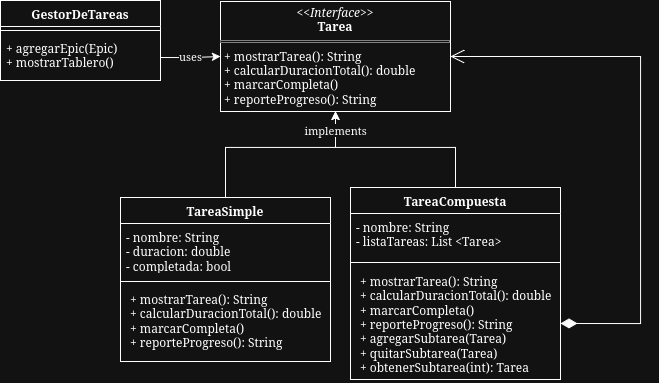
The draw.io diagram src/main/java/com/unluki/conComposite/diagramaComposite.png in mnomico/tp6_composite, before a commit. Source tidied: cells renumbered, new cells last; positions are measured from the earlier drawing's top-left corner, leaving out a move shared by most shapes. Its diagram source:
```xml
<mxGraphModel>
  <root>
    <mxCell id="0" />
    <mxCell id="1" parent="0" />
    <mxCell id="2" value="GestorDeTareas" style="swimlane;fontStyle=1;align=center;verticalAlign=top;horizontal=1;startSize=26;whiteSpace=wrap;html=1;" parent="1" vertex="1">
      <mxGeometry width="160" height="80" as="geometry" />
    </mxCell>
    <mxCell id="3" style="line;strokeWidth=1;fillColor=none;align=left;verticalAlign=middle;spacingTop=-1;spacingLeft=3;spacingRight=3;labelPosition=right;strokeColor=inherit;" parent="2" vertex="1">
      <mxGeometry y="26" width="160" height="8" as="geometry" />
    </mxCell>
    <mxCell id="4" value="&lt;div&gt;+ agregarEpic(Epic)&lt;/div&gt;&lt;div&gt;+ mostrarTablero()&lt;/div&gt;" style="text;strokeColor=none;fillColor=none;align=left;verticalAlign=top;spacingLeft=4;spacingRight=4;overflow=hidden;points=[[0,0.5],[1,0.5]];portConstraint=eastwest;whiteSpace=wrap;html=1;" parent="2" vertex="1">
      <mxGeometry y="34" width="160" height="46" as="geometry" />
    </mxCell>
    <mxCell id="5" value="&lt;p style=&quot;margin:0px;margin-top:4px;text-align:center;&quot;&gt;&lt;i&gt;&amp;lt;&amp;lt;Interface&amp;gt;&amp;gt;&lt;/i&gt;&lt;br&gt;&lt;b&gt;Tarea&lt;/b&gt;&lt;/p&gt;&lt;hr size=&quot;1&quot; style=&quot;border-style:solid;&quot;&gt;&lt;p style=&quot;margin:0px;margin-left:4px;&quot;&gt;+ mostrarTarea(): String&lt;br&gt;+ calcularDuracionTotal(): double&lt;/p&gt;&lt;p style=&quot;margin:0px;margin-left:4px;&quot;&gt;+ marcarCompleta()&lt;/p&gt;&lt;p style=&quot;margin:0px;margin-left:4px;&quot;&gt;+ reporteProgreso(): String&lt;/p&gt;" style="verticalAlign=top;align=left;overflow=fill;html=1;whiteSpace=wrap;" parent="1" vertex="1">
      <mxGeometry x="220" y="1" width="230" height="110" as="geometry" />
    </mxCell>
    <mxCell id="6" style="edgeStyle=orthogonalEdgeStyle;rounded=0;jettySize=auto;html=1;entryX=0.5;entryY=1;entryDx=0;entryDy=0;" parent="1" edge="1" source="7" target="5">
      <mxGeometry relative="1" as="geometry">
        <Array as="points">
          <mxPoint x="225" y="147" />
          <mxPoint x="335" y="147" />
        </Array>
      </mxGeometry>
    </mxCell>
    <mxCell id="7" value="TareaSimple" style="swimlane;fontStyle=1;align=center;verticalAlign=top;horizontal=1;startSize=26;whiteSpace=wrap;html=1;" parent="1" vertex="1">
      <mxGeometry x="120" y="197" width="210" height="164" as="geometry" />
    </mxCell>
    <mxCell id="8" value="&lt;div&gt;- nombre: String&lt;/div&gt;&lt;div&gt;- duracion: double&lt;/div&gt;&lt;div&gt;- completada: bool&lt;/div&gt;" style="text;strokeColor=none;fillColor=none;align=left;verticalAlign=top;spacingLeft=4;spacingRight=4;overflow=hidden;whiteSpace=wrap;html=1;" parent="7" vertex="1">
      <mxGeometry y="26" width="210" height="54" as="geometry" />
    </mxCell>
    <mxCell id="9" style="line;strokeWidth=1;fillColor=none;align=left;verticalAlign=middle;spacingTop=-1;spacingLeft=3;spacingRight=3;labelPosition=right;strokeColor=inherit;" parent="7" vertex="1">
      <mxGeometry y="80" width="210" height="8" as="geometry" />
    </mxCell>
    <mxCell id="10" value="&lt;p style=&quot;margin:0px;margin-left:4px;&quot;&gt;+ mostrarTarea(): String&lt;br&gt;+ calcularDuracionTotal(): double&lt;/p&gt;&lt;p style=&quot;margin:0px;margin-left:4px;&quot;&gt;+ marcarCompleta()&lt;/p&gt;&lt;p style=&quot;margin:0px;margin-left:4px;&quot;&gt;+ reporteProgreso(): String&lt;/p&gt;" style="text;strokeColor=none;fillColor=none;align=left;verticalAlign=top;spacingLeft=4;spacingRight=4;overflow=hidden;whiteSpace=wrap;html=1;" parent="7" vertex="1">
      <mxGeometry y="88" width="210" height="76" as="geometry" />
    </mxCell>
    <mxCell id="11" style="edgeStyle=orthogonalEdgeStyle;rounded=0;jettySize=auto;html=1;entryX=0.5;entryY=1;entryDx=0;entryDy=0;" parent="1" edge="1" source="13" target="5">
      <mxGeometry relative="1" as="geometry">
        <Array as="points">
          <mxPoint x="455" y="147" />
          <mxPoint x="335" y="147" />
        </Array>
      </mxGeometry>
    </mxCell>
    <mxCell id="12" value="implements" style="edgeLabel;html=1;align=center;verticalAlign=middle;" parent="11" vertex="1">
      <mxGeometry x="0.82" y="1" relative="1" as="geometry" />
    </mxCell>
    <mxCell id="13" value="TareaCompuesta" style="swimlane;fontStyle=1;align=center;verticalAlign=top;horizontal=1;startSize=26;whiteSpace=wrap;html=1;" parent="1" vertex="1">
      <mxGeometry x="350" y="187" width="210" height="192" as="geometry" />
    </mxCell>
    <mxCell id="14" value="&lt;div&gt;- nombre: String&lt;/div&gt;&lt;div&gt;- listaTareas: List &amp;lt;Tarea&amp;gt;&lt;/div&gt;" style="text;strokeColor=none;fillColor=none;align=left;verticalAlign=top;spacingLeft=4;spacingRight=4;overflow=hidden;whiteSpace=wrap;html=1;" parent="13" vertex="1">
      <mxGeometry y="26" width="210" height="44" as="geometry" />
    </mxCell>
    <mxCell id="15" style="line;strokeWidth=1;fillColor=none;align=left;verticalAlign=middle;spacingTop=-1;spacingLeft=3;spacingRight=3;labelPosition=right;strokeColor=inherit;" parent="13" vertex="1">
      <mxGeometry y="70" width="210" height="10" as="geometry" />
    </mxCell>
    <mxCell id="16" value="&lt;p style=&quot;margin:0px;margin-left:4px;&quot;&gt;+ mostrarTarea(): String&lt;br&gt;+ calcularDuracionTotal(): double&lt;/p&gt;&lt;p style=&quot;margin:0px;margin-left:4px;&quot;&gt;+ marcarCompleta()&lt;/p&gt;&lt;p style=&quot;margin:0px;margin-left:4px;&quot;&gt;+ reporteProgreso(): String&lt;/p&gt;&lt;p style=&quot;margin:0px;margin-left:4px;&quot;&gt;+ agregarSubtarea(Tarea)&lt;/p&gt;&lt;p style=&quot;margin:0px;margin-left:4px;&quot;&gt;+ quitarSubtarea(Tarea)&lt;/p&gt;&lt;p style=&quot;margin:0px;margin-left:4px;&quot;&gt;+ obtenerSubtarea(int): Tarea&lt;/p&gt;" style="text;strokeColor=none;fillColor=none;align=left;verticalAlign=top;spacingLeft=4;spacingRight=4;overflow=hidden;points=[[0,0.5],[1,0.5]];portConstraint=eastwest;whiteSpace=wrap;html=1;" parent="13" vertex="1">
      <mxGeometry y="80" width="210" height="112" as="geometry" />
    </mxCell>
    <mxCell id="17" style="edgeStyle=orthogonalEdgeStyle;rounded=0;jettySize=auto;html=1;entryX=0;entryY=0.5;entryDx=0;entryDy=0;exitX=1;exitY=0.5;exitDx=0;exitDy=0;" parent="1" edge="1" source="4" target="5">
      <mxGeometry relative="1" as="geometry" />
    </mxCell>
    <mxCell id="18" value="uses" style="edgeLabel;html=1;align=center;verticalAlign=middle;" parent="17" vertex="1">
      <mxGeometry x="-0.04" relative="1" as="geometry">
        <mxPoint y="-2" as="offset" />
      </mxGeometry>
    </mxCell>
    <mxCell id="19" style="endArrow=open;html=1;endSize=12;startArrow=diamondThin;startSize=14;startFill=1;edgeStyle=orthogonalEdgeStyle;align=left;verticalAlign=bottom;rounded=0;exitX=1;exitY=0.5;exitDx=0;exitDy=0;entryX=1;entryY=0.5;entryDx=0;entryDy=0;" parent="1" edge="1" source="16" target="5">
      <mxGeometry x="-1" y="3" relative="1" as="geometry">
        <Array as="points">
          <mxPoint x="640" y="323" />
          <mxPoint x="640" y="56" />
        </Array>
      </mxGeometry>
    </mxCell>
  </root>
</mxGraphModel>
```
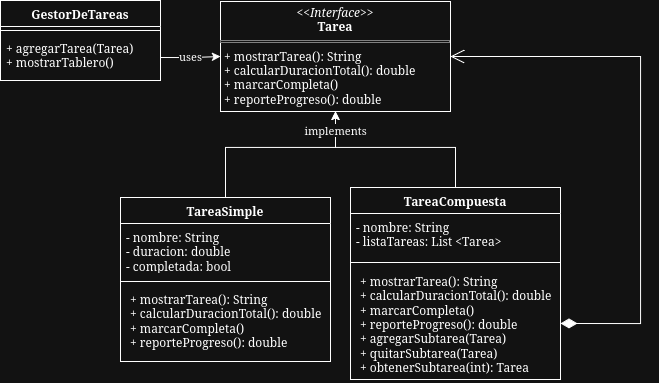
After the commit.

Change to the diagram source:
```diff
@@ -8,10 +8,10 @@
     <mxCell id="3" style="line;strokeWidth=1;fillColor=none;align=left;verticalAlign=middle;spacingTop=-1;spacingLeft=3;spacingRight=3;labelPosition=right;strokeColor=inherit;" parent="2" vertex="1">
       <mxGeometry y="26" width="160" height="8" as="geometry" />
     </mxCell>
-    <mxCell id="4" value="&lt;div&gt;+ agregarEpic(Epic)&lt;/div&gt;&lt;div&gt;+ mostrarTablero()&lt;/div&gt;" style="text;strokeColor=none;fillColor=none;align=left;verticalAlign=top;spacingLeft=4;spacingRight=4;overflow=hidden;points=[[0,0.5],[1,0.5]];portConstraint=eastwest;whiteSpace=wrap;html=1;" parent="2" vertex="1">
+    <mxCell id="4" value="&lt;div&gt;+ agregarTarea(Tarea)&lt;/div&gt;&lt;div&gt;+ mostrarTablero()&lt;/div&gt;" style="text;strokeColor=none;fillColor=none;align=left;verticalAlign=top;spacingLeft=4;spacingRight=4;overflow=hidden;points=[[0,0.5],[1,0.5]];portConstraint=eastwest;whiteSpace=wrap;html=1;" parent="2" vertex="1">
       <mxGeometry y="34" width="160" height="46" as="geometry" />
     </mxCell>
-    <mxCell id="5" value="&lt;p style=&quot;margin:0px;margin-top:4px;text-align:center;&quot;&gt;&lt;i&gt;&amp;lt;&amp;lt;Interface&amp;gt;&amp;gt;&lt;/i&gt;&lt;br&gt;&lt;b&gt;Tarea&lt;/b&gt;&lt;/p&gt;&lt;hr size=&quot;1&quot; style=&quot;border-style:solid;&quot;&gt;&lt;p style=&quot;margin:0px;margin-left:4px;&quot;&gt;+ mostrarTarea(): String&lt;br&gt;+ calcularDuracionTotal(): double&lt;/p&gt;&lt;p style=&quot;margin:0px;margin-left:4px;&quot;&gt;+ marcarCompleta()&lt;/p&gt;&lt;p style=&quot;margin:0px;margin-left:4px;&quot;&gt;+ reporteProgreso(): String&lt;/p&gt;" style="verticalAlign=top;align=left;overflow=fill;html=1;whiteSpace=wrap;" parent="1" vertex="1">
+    <mxCell id="5" value="&lt;p style=&quot;margin:0px;margin-top:4px;text-align:center;&quot;&gt;&lt;i&gt;&amp;lt;&amp;lt;Interface&amp;gt;&amp;gt;&lt;/i&gt;&lt;br&gt;&lt;b&gt;Tarea&lt;/b&gt;&lt;/p&gt;&lt;hr size=&quot;1&quot; style=&quot;border-style:solid;&quot;&gt;&lt;p style=&quot;margin:0px;margin-left:4px;&quot;&gt;+ mostrarTarea(): String&lt;br&gt;+ calcularDuracionTotal(): double&lt;/p&gt;&lt;p style=&quot;margin:0px;margin-left:4px;&quot;&gt;+ marcarCompleta()&lt;/p&gt;&lt;p style=&quot;margin:0px;margin-left:4px;&quot;&gt;+ reporteProgreso(): double&amp;nbsp;&lt;/p&gt;" style="verticalAlign=top;align=left;overflow=fill;html=1;whiteSpace=wrap;" parent="1" vertex="1">
       <mxGeometry x="220" y="1" width="230" height="110" as="geometry" />
     </mxCell>
     <mxCell id="6" style="edgeStyle=orthogonalEdgeStyle;rounded=0;jettySize=auto;html=1;entryX=0.5;entryY=1;entryDx=0;entryDy=0;" parent="1" edge="1" source="7" target="5">
@@ -31,7 +31,7 @@
     <mxCell id="9" style="line;strokeWidth=1;fillColor=none;align=left;verticalAlign=middle;spacingTop=-1;spacingLeft=3;spacingRight=3;labelPosition=right;strokeColor=inherit;" parent="7" vertex="1">
       <mxGeometry y="80" width="210" height="8" as="geometry" />
     </mxCell>
-    <mxCell id="10" value="&lt;p style=&quot;margin:0px;margin-left:4px;&quot;&gt;+ mostrarTarea(): String&lt;br&gt;+ calcularDuracionTotal(): double&lt;/p&gt;&lt;p style=&quot;margin:0px;margin-left:4px;&quot;&gt;+ marcarCompleta()&lt;/p&gt;&lt;p style=&quot;margin:0px;margin-left:4px;&quot;&gt;+ reporteProgreso(): String&lt;/p&gt;" style="text;strokeColor=none;fillColor=none;align=left;verticalAlign=top;spacingLeft=4;spacingRight=4;overflow=hidden;whiteSpace=wrap;html=1;" parent="7" vertex="1">
+    <mxCell id="10" value="&lt;p style=&quot;margin:0px;margin-left:4px;&quot;&gt;+ mostrarTarea(): String&lt;br&gt;+ calcularDuracionTotal(): double&lt;/p&gt;&lt;p style=&quot;margin:0px;margin-left:4px;&quot;&gt;+ marcarCompleta()&lt;/p&gt;&lt;p style=&quot;margin:0px;margin-left:4px;&quot;&gt;+ reporteProgreso(): double&lt;/p&gt;" style="text;strokeColor=none;fillColor=none;align=left;verticalAlign=top;spacingLeft=4;spacingRight=4;overflow=hidden;whiteSpace=wrap;html=1;" parent="7" vertex="1">
       <mxGeometry y="88" width="210" height="76" as="geometry" />
     </mxCell>
     <mxCell id="11" style="edgeStyle=orthogonalEdgeStyle;rounded=0;jettySize=auto;html=1;entryX=0.5;entryY=1;entryDx=0;entryDy=0;" parent="1" edge="1" source="13" target="5">
@@ -54,7 +54,7 @@
     <mxCell id="15" style="line;strokeWidth=1;fillColor=none;align=left;verticalAlign=middle;spacingTop=-1;spacingLeft=3;spacingRight=3;labelPosition=right;strokeColor=inherit;" parent="13" vertex="1">
       <mxGeometry y="70" width="210" height="10" as="geometry" />
     </mxCell>
-    <mxCell id="16" value="&lt;p style=&quot;margin:0px;margin-left:4px;&quot;&gt;+ mostrarTarea(): String&lt;br&gt;+ calcularDuracionTotal(): double&lt;/p&gt;&lt;p style=&quot;margin:0px;margin-left:4px;&quot;&gt;+ marcarCompleta()&lt;/p&gt;&lt;p style=&quot;margin:0px;margin-left:4px;&quot;&gt;+ reporteProgreso(): String&lt;/p&gt;&lt;p style=&quot;margin:0px;margin-left:4px;&quot;&gt;+ agregarSubtarea(Tarea)&lt;/p&gt;&lt;p style=&quot;margin:0px;margin-left:4px;&quot;&gt;+ quitarSubtarea(Tarea)&lt;/p&gt;&lt;p style=&quot;margin:0px;margin-left:4px;&quot;&gt;+ obtenerSubtarea(int): Tarea&lt;/p&gt;" style="text;strokeColor=none;fillColor=none;align=left;verticalAlign=top;spacingLeft=4;spacingRight=4;overflow=hidden;points=[[0,0.5],[1,0.5]];portConstraint=eastwest;whiteSpace=wrap;html=1;" parent="13" vertex="1">
+    <mxCell id="16" value="&lt;p style=&quot;margin:0px;margin-left:4px;&quot;&gt;+ mostrarTarea(): String&lt;br&gt;+ calcularDuracionTotal(): double&lt;/p&gt;&lt;p style=&quot;margin:0px;margin-left:4px;&quot;&gt;+ marcarCompleta()&lt;/p&gt;&lt;p style=&quot;margin:0px;margin-left:4px;&quot;&gt;+ reporteProgreso(): double&lt;/p&gt;&lt;p style=&quot;margin:0px;margin-left:4px;&quot;&gt;+ agregarSubtarea(Tarea)&lt;/p&gt;&lt;p style=&quot;margin:0px;margin-left:4px;&quot;&gt;+ quitarSubtarea(Tarea)&lt;/p&gt;&lt;p style=&quot;margin:0px;margin-left:4px;&quot;&gt;+ obtenerSubtarea(int): Tarea&lt;/p&gt;" style="text;strokeColor=none;fillColor=none;align=left;verticalAlign=top;spacingLeft=4;spacingRight=4;overflow=hidden;points=[[0,0.5],[1,0.5]];portConstraint=eastwest;whiteSpace=wrap;html=1;" parent="13" vertex="1">
       <mxGeometry y="80" width="210" height="112" as="geometry" />
     </mxCell>
     <mxCell id="17" style="edgeStyle=orthogonalEdgeStyle;rounded=0;jettySize=auto;html=1;entryX=0;entryY=0.5;entryDx=0;entryDy=0;exitX=1;exitY=0.5;exitDx=0;exitDy=0;" parent="1" edge="1" source="4" target="5">
```
